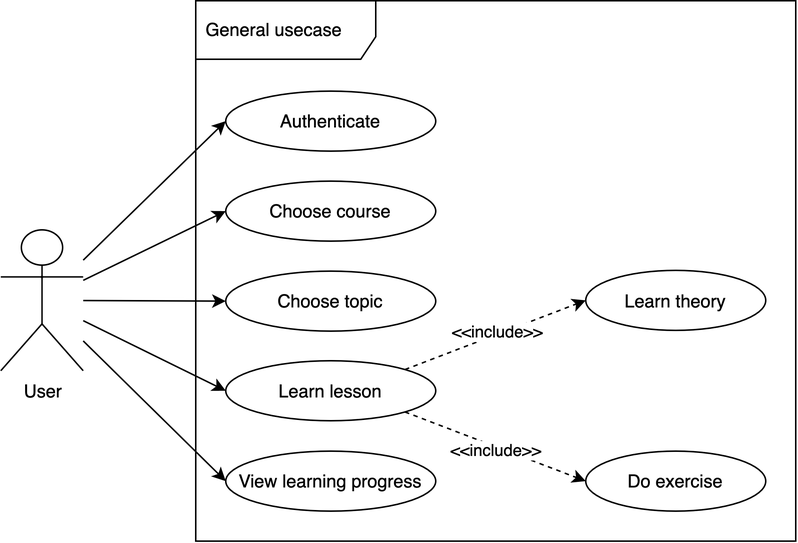
linhabc/Learning_viet keeps this draw.io diagram as diagram-General usecase-LEARN.png. Above is the earlier version. Source tidied: cells renumbered, new cells last; positions are measured from the earlier drawing's top-left corner, leaving out a move shared by most shapes. The source it was exported from:
```xml
<mxGraphModel>
  <root>
    <mxCell id="0" />
    <mxCell id="1" parent="0" />
    <mxCell id="2" value="General usecase" style="shape=umlFrame;whiteSpace=wrap;html=1;width=120;height=39;boundedLbl=1;verticalAlign=middle;align=left;spacingLeft=5;" parent="1" vertex="1">
      <mxGeometry x="130" width="400" height="360.2" as="geometry" />
    </mxCell>
    <mxCell id="3" style="edgeStyle=none;rounded=0;jettySize=auto;html=1;entryX=0;entryY=0.5;entryDx=0;entryDy=0;endArrow=classic;endFill=1;" parent="1" edge="1" source="7" target="8">
      <mxGeometry relative="1" as="geometry" />
    </mxCell>
    <mxCell id="4" style="edgeStyle=none;rounded=0;jettySize=auto;html=1;entryX=0;entryY=0.5;entryDx=0;entryDy=0;endArrow=classic;endFill=1;" parent="1" edge="1" source="7" target="11">
      <mxGeometry relative="1" as="geometry" />
    </mxCell>
    <mxCell id="5" style="edgeStyle=none;rounded=0;jettySize=auto;html=1;entryX=0;entryY=0.5;entryDx=0;entryDy=0;endArrow=classic;endFill=1;" parent="1" edge="1" source="7" target="12">
      <mxGeometry relative="1" as="geometry" />
    </mxCell>
    <mxCell id="6" style="edgeStyle=none;rounded=0;jettySize=auto;html=1;entryX=0;entryY=0.5;entryDx=0;entryDy=0;endArrow=classic;endFill=1;" parent="1" edge="1" source="7" target="17">
      <mxGeometry relative="1" as="geometry" />
    </mxCell>
    <mxCell id="7" value="User" style="shape=umlActor;verticalLabelPosition=bottom;verticalAlign=top;html=1;outlineConnect=0;" parent="1" vertex="1">
      <mxGeometry y="152.8" width="55" height="94" as="geometry" />
    </mxCell>
    <mxCell id="8" value="Authenticate" style="ellipse;whiteSpace=wrap;html=1;" parent="1" vertex="1">
      <mxGeometry x="150" y="60.2" width="140" height="40" as="geometry" />
    </mxCell>
    <mxCell id="9" value="Learn theory" style="ellipse;whiteSpace=wrap;html=1;" parent="1" vertex="1">
      <mxGeometry x="390" y="179.8" width="120" height="40" as="geometry" />
    </mxCell>
    <mxCell id="10" value="Do exercise" style="ellipse;whiteSpace=wrap;html=1;" parent="1" vertex="1">
      <mxGeometry x="390" y="300.2" width="120" height="40" as="geometry" />
    </mxCell>
    <mxCell id="11" value="Choose course" style="ellipse;whiteSpace=wrap;html=1;" parent="1" vertex="1">
      <mxGeometry x="150" y="120.2" width="140" height="40" as="geometry" />
    </mxCell>
    <mxCell id="12" value="Choose topic" style="ellipse;whiteSpace=wrap;html=1;" parent="1" vertex="1">
      <mxGeometry x="150" y="180.2" width="140" height="40" as="geometry" />
    </mxCell>
    <mxCell id="13" style="edgeStyle=none;rounded=0;jettySize=auto;html=1;endArrow=classic;endFill=1;dashed=1;entryX=0;entryY=0.5;entryDx=0;entryDy=0;exitX=1;exitY=0;exitDx=0;exitDy=0;" parent="1" edge="1" source="17" target="9">
      <mxGeometry relative="1" as="geometry" />
    </mxCell>
    <mxCell id="14" value="&amp;lt;&amp;lt;include&amp;gt;&amp;gt;" style="edgeLabel;html=1;align=center;verticalAlign=middle;" parent="13" vertex="1">
      <mxGeometry x="0.31" relative="1" as="geometry">
        <mxPoint x="-18" y="5" as="offset" />
      </mxGeometry>
    </mxCell>
    <mxCell id="15" style="edgeStyle=none;rounded=0;jettySize=auto;html=1;dashed=1;endArrow=classic;endFill=1;exitX=1;exitY=1;exitDx=0;exitDy=0;entryX=0;entryY=0.5;entryDx=0;entryDy=0;" parent="1" edge="1" source="17" target="10">
      <mxGeometry relative="1" as="geometry" />
    </mxCell>
    <mxCell id="16" value="&amp;lt;&amp;lt;include&amp;gt;&amp;gt;" style="edgeLabel;html=1;align=center;verticalAlign=middle;" parent="15" vertex="1">
      <mxGeometry x="0.63" relative="1" as="geometry">
        <mxPoint x="-38" y="-12" as="offset" />
      </mxGeometry>
    </mxCell>
    <mxCell id="17" value="Learn lesson" style="ellipse;whiteSpace=wrap;html=1;" parent="1" vertex="1">
      <mxGeometry x="150" y="240" width="140" height="40" as="geometry" />
    </mxCell>
    <mxCell id="18" style="edgeStyle=none;rounded=0;jettySize=auto;html=1;entryX=0;entryY=0.5;entryDx=0;entryDy=0;" parent="1" edge="1" source="7" target="19">
      <mxGeometry relative="1" as="geometry" />
    </mxCell>
    <mxCell id="19" value="View learning progress" style="ellipse;whiteSpace=wrap;html=1;" parent="1" vertex="1">
      <mxGeometry x="150" y="300.2" width="140" height="40" as="geometry" />
    </mxCell>
  </root>
</mxGraphModel>
```
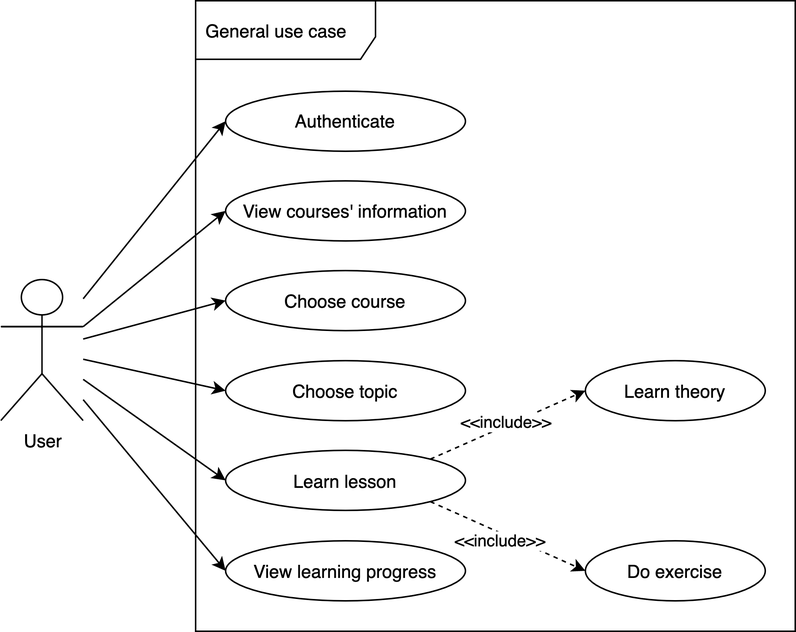
Later version of the same file.

The edit, as a diff of the source:
```diff
@@ -2,8 +2,8 @@
   <root>
     <mxCell id="0" />
     <mxCell id="1" parent="0" />
-    <mxCell id="2" value="General usecase" style="shape=umlFrame;whiteSpace=wrap;html=1;width=120;height=39;boundedLbl=1;verticalAlign=middle;align=left;spacingLeft=5;" parent="1" vertex="1">
-      <mxGeometry x="130" width="400" height="360.2" as="geometry" />
+    <mxCell id="2" value="General use case" style="shape=umlFrame;whiteSpace=wrap;html=1;width=120;height=39;boundedLbl=1;verticalAlign=middle;align=left;spacingLeft=5;" parent="1" vertex="1">
+      <mxGeometry x="130" width="400" height="420" as="geometry" />
     </mxCell>
     <mxCell id="3" style="edgeStyle=none;rounded=0;jettySize=auto;html=1;entryX=0;entryY=0.5;entryDx=0;entryDy=0;endArrow=classic;endFill=1;" parent="1" edge="1" source="7" target="8">
       <mxGeometry relative="1" as="geometry" />
@@ -18,22 +18,22 @@
       <mxGeometry relative="1" as="geometry" />
     </mxCell>
     <mxCell id="7" value="User" style="shape=umlActor;verticalLabelPosition=bottom;verticalAlign=top;html=1;outlineConnect=0;" parent="1" vertex="1">
-      <mxGeometry y="152.8" width="55" height="94" as="geometry" />
+      <mxGeometry y="185.8" width="55" height="94" as="geometry" />
     </mxCell>
     <mxCell id="8" value="Authenticate" style="ellipse;whiteSpace=wrap;html=1;" parent="1" vertex="1">
-      <mxGeometry x="150" y="60.2" width="140" height="40" as="geometry" />
+      <mxGeometry x="150" y="60.2" width="160" height="40" as="geometry" />
     </mxCell>
     <mxCell id="9" value="Learn theory" style="ellipse;whiteSpace=wrap;html=1;" parent="1" vertex="1">
-      <mxGeometry x="390" y="179.8" width="120" height="40" as="geometry" />
+      <mxGeometry x="390" y="239.8" width="120" height="40" as="geometry" />
     </mxCell>
     <mxCell id="10" value="Do exercise" style="ellipse;whiteSpace=wrap;html=1;" parent="1" vertex="1">
-      <mxGeometry x="390" y="300.2" width="120" height="40" as="geometry" />
+      <mxGeometry x="390" y="359.8" width="120" height="40" as="geometry" />
     </mxCell>
     <mxCell id="11" value="Choose course" style="ellipse;whiteSpace=wrap;html=1;" parent="1" vertex="1">
-      <mxGeometry x="150" y="120.2" width="140" height="40" as="geometry" />
+      <mxGeometry x="150" y="179.8" width="160" height="40" as="geometry" />
     </mxCell>
     <mxCell id="12" value="Choose topic" style="ellipse;whiteSpace=wrap;html=1;" parent="1" vertex="1">
-      <mxGeometry x="150" y="180.2" width="140" height="40" as="geometry" />
+      <mxGeometry x="150" y="239.8" width="160" height="40" as="geometry" />
     </mxCell>
     <mxCell id="13" style="edgeStyle=none;rounded=0;jettySize=auto;html=1;endArrow=classic;endFill=1;dashed=1;entryX=0;entryY=0.5;entryDx=0;entryDy=0;exitX=1;exitY=0;exitDx=0;exitDy=0;" parent="1" edge="1" source="17" target="9">
       <mxGeometry relative="1" as="geometry" />
@@ -52,13 +52,19 @@
       </mxGeometry>
     </mxCell>
     <mxCell id="17" value="Learn lesson" style="ellipse;whiteSpace=wrap;html=1;" parent="1" vertex="1">
-      <mxGeometry x="150" y="240" width="140" height="40" as="geometry" />
+      <mxGeometry x="150" y="299.5" width="160" height="40" as="geometry" />
     </mxCell>
     <mxCell id="18" style="edgeStyle=none;rounded=0;jettySize=auto;html=1;entryX=0;entryY=0.5;entryDx=0;entryDy=0;" parent="1" edge="1" source="7" target="19">
       <mxGeometry relative="1" as="geometry" />
     </mxCell>
     <mxCell id="19" value="View learning progress" style="ellipse;whiteSpace=wrap;html=1;" parent="1" vertex="1">
-      <mxGeometry x="150" y="300.2" width="140" height="40" as="geometry" />
+      <mxGeometry x="150" y="359.8" width="160" height="40" as="geometry" />
     </mxCell>
+    <mxCell id="20" style="edgeStyle=none;rounded=0;jettySize=auto;html=1;entryX=0;entryY=0.5;entryDx=0;entryDy=0;exitX=1;exitY=0.3333333333333333;exitDx=0;exitDy=0;exitPerimeter=0;" parent="1" edge="1" source="7" target="21">
+      <mxGeometry relative="1" as="geometry" />
+    </mxCell>
+    <mxCell id="21" value="View courses' information" style="ellipse;whiteSpace=wrap;html=1;" parent="1" vertex="1">
+      <mxGeometry x="150" y="120" width="160" height="40" as="geometry" />
+    </mxCell>
   </root>
 </mxGraphModel>
```
